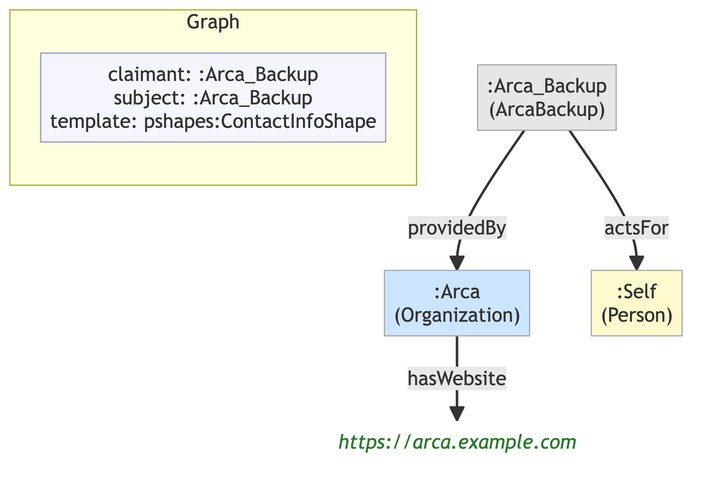
Before: example/graphs/images/graph-96.png, a diagram exported from Mermaid (MeeFoundation/mia-ontologies). Its source is kept beside it as example/graphs/images/graph-96.mmd.
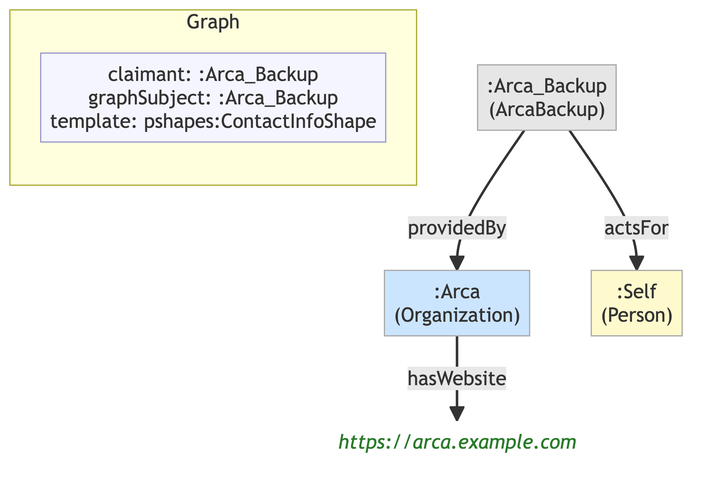
After the change.

Diff of the diagram source:
```diff
@@ -7,7 +7,7 @@
 
     subgraph ctx["Graph"]
         direction LR
-        ctx_meta["claimant: :Arca_Backup\nsubject: :Arca_Backup\ntemplate: pshapes:ContactInfoShape"]:::meta
+        ctx_meta["claimant: :Arca_Backup\ngraphSubject: :Arca_Backup\ntemplate: pshapes:ContactInfoShape"]:::meta
     end
 
     n203f6bee5d4e[":Arca\n(Organization)"]:::org
```
